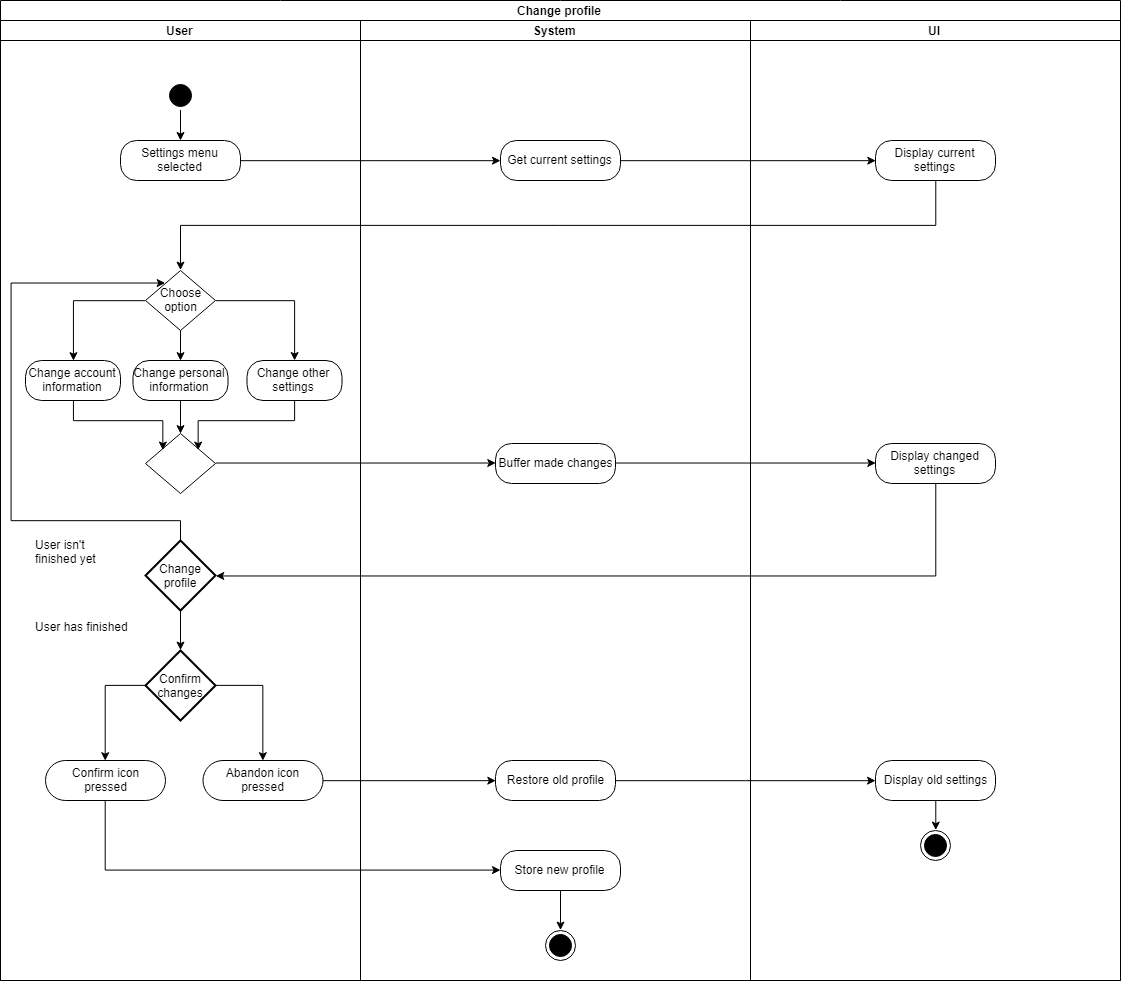
Earlier version of the draw.io export docs/specifications/ucs/user_management/change_profile/activity_diagrams/change_profile.png (raphaelmue/dashup). Source tidied: cells renumbered, new cells last; positions are measured from the earlier drawing's top-left corner, leaving out a move shared by most shapes.
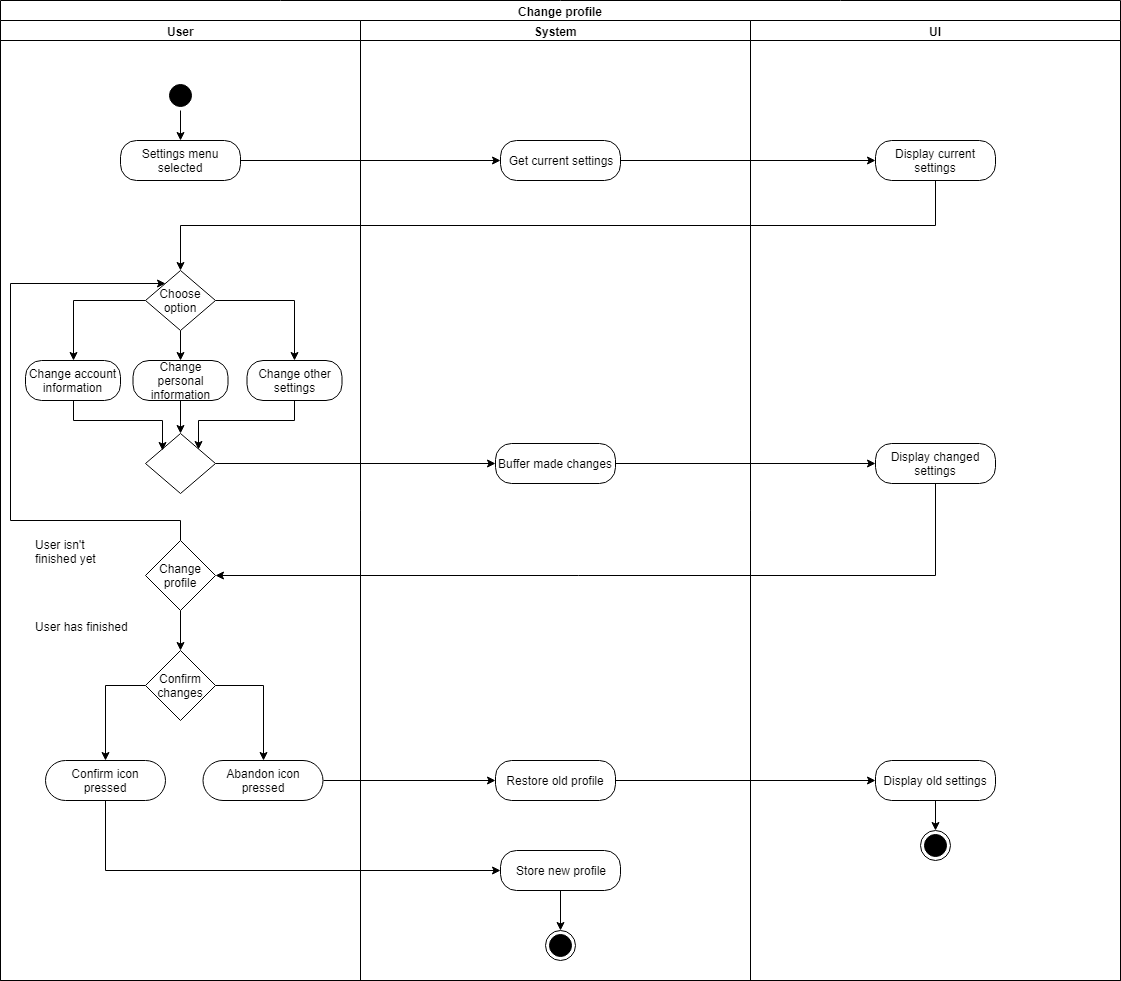
Above is the later version.

Commit message:
master: minor activity diagram change

The edit, as a diff of the source:
```diff
@@ -116,7 +116,7 @@
     <mxCell id="37" style="edgeStyle=orthogonalEdgeStyle;rounded=0;jettySize=auto;html=1;exitX=0.5;exitY=1;exitDx=0;exitDy=0;exitPerimeter=0;entryX=0;entryY=0.5;entryDx=0;entryDy=0;entryPerimeter=0;strokeColor=#000000;" parent="1" edge="1" source="38" target="42">
       <mxGeometry relative="1" as="geometry" />
     </mxCell>
-    <mxCell id="38" value="Change profile" style="strokeWidth=2;html=1;shape=mxgraph.flowchart.decision;whiteSpace=wrap;fillColor=#FFFFFF;" parent="1" vertex="1">
+    <mxCell id="38" value="Change profile" style="strokeWidth=1;html=1;shape=mxgraph.flowchart.decision;whiteSpace=wrap;fillColor=#FFFFFF;" parent="1" vertex="1">
       <mxGeometry x="145" y="540" width="70" height="70" as="geometry" />
     </mxCell>
     <mxCell id="39" style="edgeStyle=orthogonalEdgeStyle;rounded=0;jettySize=auto;html=1;exitX=0.5;exitY=1;exitDx=0;exitDy=0;entryX=1;entryY=0.5;entryDx=0;entryDy=0;entryPerimeter=0;strokeColor=#000000;" parent="1" edge="1" source="20" target="38">
@@ -128,7 +128,7 @@
     <mxCell id="41" style="edgeStyle=orthogonalEdgeStyle;rounded=0;jettySize=auto;html=1;exitX=0.5;exitY=0;exitDx=0;exitDy=0;exitPerimeter=0;entryX=0.5;entryY=0;entryDx=0;entryDy=0;strokeColor=#000000;" parent="1" edge="1" source="42" target="11">
       <mxGeometry relative="1" as="geometry" />
     </mxCell>
-    <mxCell id="42" value="Confirm&lt;br&gt;changes&lt;br&gt;" style="strokeWidth=2;html=1;shape=mxgraph.flowchart.decision;whiteSpace=wrap;fillColor=#FFFFFF;direction=south;" parent="1" vertex="1">
+    <mxCell id="42" value="Confirm&lt;br&gt;changes&lt;br&gt;" style="strokeWidth=1;html=1;shape=mxgraph.flowchart.decision;whiteSpace=wrap;fillColor=#FFFFFF;direction=south;" parent="1" vertex="1">
       <mxGeometry x="145" y="650" width="70" height="70" as="geometry" />
     </mxCell>
     <mxCell id="43" value="User isn't &lt;br&gt;finished yet" style="text;html=1;align=left;verticalAlign=top;spacingTop=-4;" parent="1" vertex="1">
```
